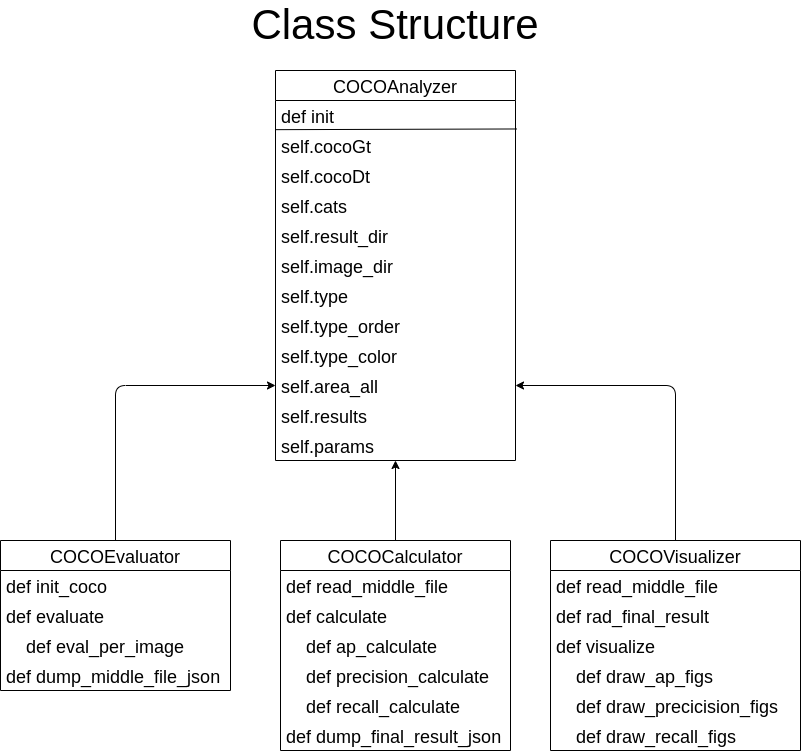
Above: docs/figures/class_structure.drawio.png in RyotaYoneyama/analytical_map (draw.io), before the change. Source tidied: cells renumbered, new cells last; positions are measured from the earlier drawing's top-left corner, leaving out a move shared by most shapes.
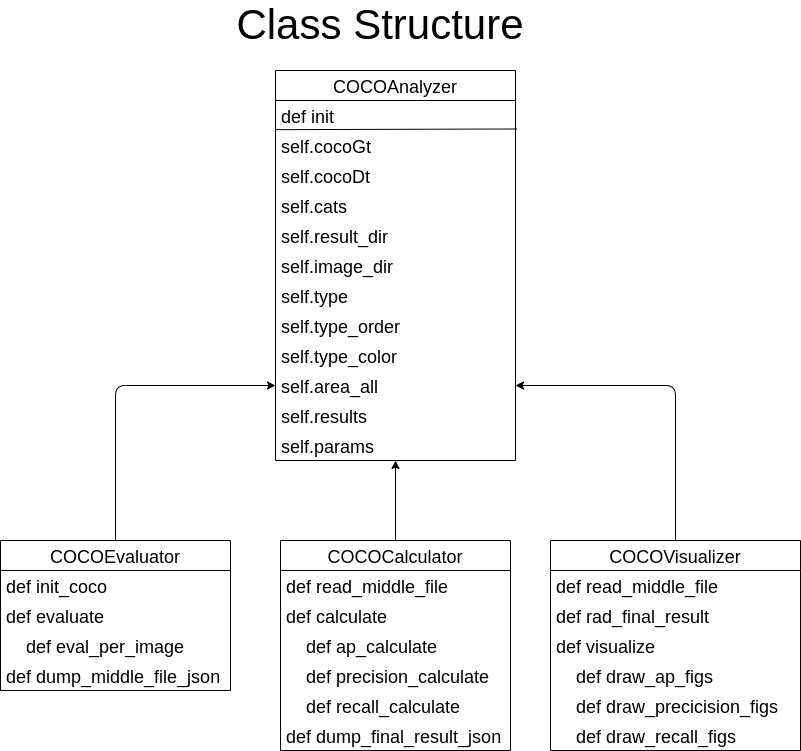
After the commit.

The edit, as a diff of the source:
```diff
@@ -1,4 +1,4 @@
-<mxGraphModel>
+<mxGraphModel background="#ffffff">
   <root>
     <mxCell id="0" />
     <mxCell id="1" parent="0" />
@@ -111,7 +111,7 @@
       <mxGeometry y="180" width="250" height="30" as="geometry" />
     </mxCell>
     <mxCell id="38" value="&lt;font style=&quot;font-size: 42px&quot;&gt;Class Structure&lt;/font&gt;" style="text;html=1;strokeColor=none;fillColor=none;align=center;verticalAlign=middle;whiteSpace=wrap;rounded=0;" parent="1" vertex="1">
-      <mxGeometry x="195" width="400" height="30" as="geometry" />
+      <mxGeometry x="180" width="400" height="30" as="geometry" />
     </mxCell>
   </root>
 </mxGraphModel>
```
